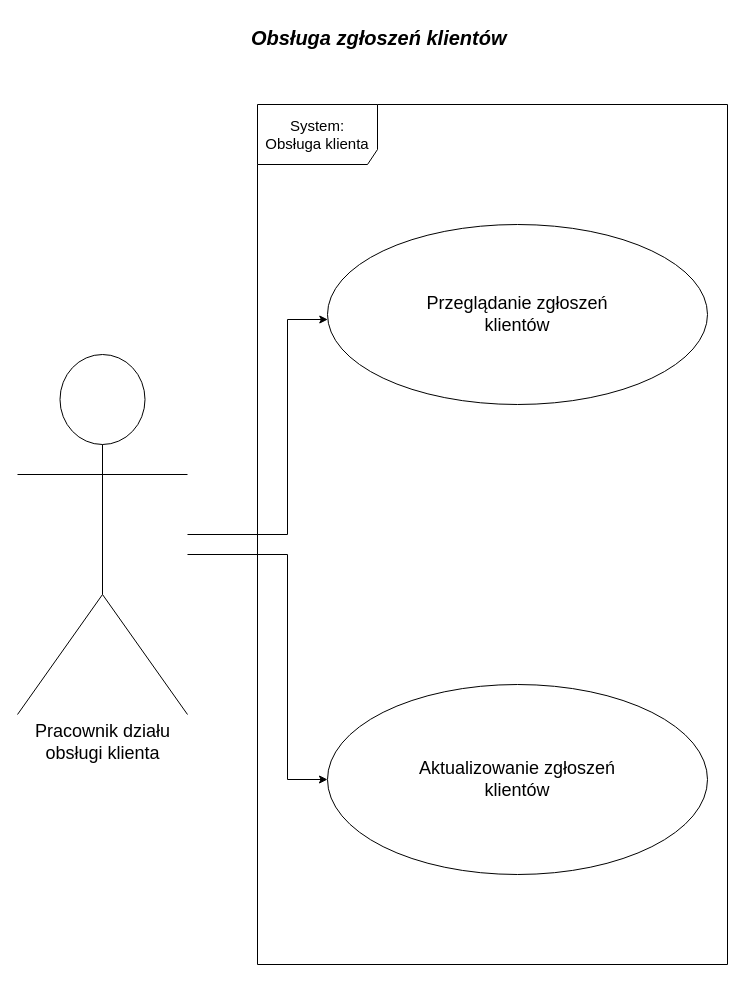
This is diagramy/PrzypadkiUzycia/Diagram2.drawio from kacperMa25/In-ynieriaOprogramowania, a draw.io file, before an edit. Source tidied: cells renumbered, new cells numbered last; positions are measured from the earlier drawing's top-left corner, leaving out a move shared by most shapes. Both pictures are drawn from the tidied source at 100%, with x=0, y=0 at pixel (17, 17).
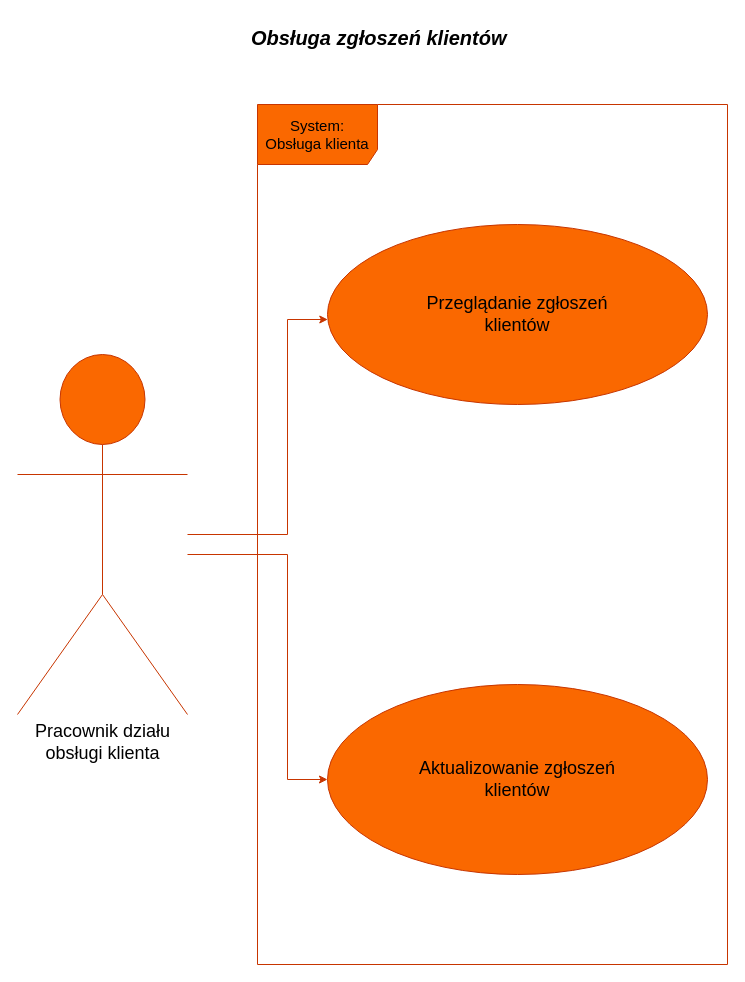
The same page after the edit.

What changed in the source:
```diff
@@
 <mxGraphModel>
   <root>
     <mxCell id="0" />
     <mxCell id="1" parent="0" />
-    <mxCell id="2" style="edgeStyle=orthogonalEdgeStyle;rounded=0;jettySize=auto;html=1;" parent="1" edge="1" source="4" target="6">
+    <mxCell id="2" style="edgeStyle=orthogonalEdgeStyle;rounded=0;jettySize=auto;html=1;fillColor=#fa6800;strokeColor=#C73500;" parent="1" edge="1" source="4" target="6">
       <mxGeometry relative="1" as="geometry">
         <Array as="points">
           <mxPoint x="270" y="517" />
           <mxPoint x="270" y="302" />
         </Array>
       </mxGeometry>
     </mxCell>
-    <mxCell id="3" style="edgeStyle=orthogonalEdgeStyle;rounded=0;jettySize=auto;html=1;entryX=0;entryY=0.5;entryDx=0;entryDy=0;" parent="1" edge="1" source="4" target="7">
+    <mxCell id="3" style="edgeStyle=orthogonalEdgeStyle;rounded=0;jettySize=auto;html=1;entryX=0;entryY=0.5;entryDx=0;entryDy=0;fillColor=#fa6800;strokeColor=#C73500;" parent="1" edge="1" source="4" target="7">
       <mxGeometry relative="1" as="geometry">
         <Array as="points">
           <mxPoint x="270" y="537" />
           <mxPoint x="270" y="762" />
         </Array>
       </mxGeometry>
     </mxCell>
-    <mxCell id="4" value="&lt;font style=&quot;font-size: 18px;&quot;&gt;Pracownik działu&lt;/font&gt;&lt;div&gt;&lt;font style=&quot;font-size: 18px;&quot;&gt;obsługi klienta&lt;/font&gt;&lt;/div&gt;" style="shape=umlActor;verticalLabelPosition=bottom;verticalAlign=top;html=1;" parent="1" vertex="1">
+    <mxCell id="4" value="&lt;font style=&quot;font-size: 18px;&quot;&gt;Pracownik działu&lt;/font&gt;&lt;div&gt;&lt;font style=&quot;font-size: 18px;&quot;&gt;obsługi klienta&lt;/font&gt;&lt;/div&gt;" style="shape=umlActor;verticalLabelPosition=bottom;verticalAlign=top;html=1;fillColor=#fa6800;fontColor=#000000;strokeColor=#C73500;" parent="1" vertex="1">
       <mxGeometry y="337" width="170" height="360" as="geometry" />
     </mxCell>
-    <mxCell id="5" value="&lt;font style=&quot;font-size: 15px;&quot;&gt;System:&lt;/font&gt;&lt;div&gt;&lt;font style=&quot;font-size: 15px;&quot;&gt;Obsługa klienta&lt;/font&gt;&lt;/div&gt;" style="shape=umlFrame;whiteSpace=wrap;html=1;width=120;height=60;" parent="1" vertex="1">
+    <mxCell id="5" value="&lt;font style=&quot;font-size: 15px;&quot;&gt;System:&lt;/font&gt;&lt;div&gt;&lt;font style=&quot;font-size: 15px;&quot;&gt;Obsługa klienta&lt;/font&gt;&lt;/div&gt;" style="shape=umlFrame;whiteSpace=wrap;html=1;width=120;height=60;fillColor=#fa6800;fontColor=#000000;strokeColor=#C73500;" parent="1" vertex="1">
       <mxGeometry x="240" y="87" width="470" height="860" as="geometry" />
     </mxCell>
-    <mxCell id="6" value="&lt;font style=&quot;font-size: 18px;&quot;&gt;Przeglądanie zgłoszeń&lt;/font&gt;&lt;div&gt;&lt;font style=&quot;font-size: 18px;&quot;&gt;klientów&lt;/font&gt;&lt;/div&gt;" style="ellipse;whiteSpace=wrap;html=1;" parent="1" vertex="1">
+    <mxCell id="6" value="&lt;font style=&quot;font-size: 18px;&quot;&gt;Przeglądanie zgłoszeń&lt;/font&gt;&lt;div&gt;&lt;font style=&quot;font-size: 18px;&quot;&gt;klientów&lt;/font&gt;&lt;/div&gt;" style="ellipse;whiteSpace=wrap;html=1;fillColor=#fa6800;fontColor=#000000;strokeColor=#C73500;" parent="1" vertex="1">
       <mxGeometry x="310" y="207" width="380" height="180" as="geometry" />
     </mxCell>
-    <mxCell id="7" value="&lt;font style=&quot;font-size: 18px;&quot;&gt;Aktualizowanie zgłoszeń&lt;/font&gt;&lt;div&gt;&lt;font style=&quot;font-size: 18px;&quot;&gt;klientów&lt;/font&gt;&lt;/div&gt;" style="ellipse;whiteSpace=wrap;html=1;" parent="1" vertex="1">
+    <mxCell id="7" value="&lt;font style=&quot;font-size: 18px;&quot;&gt;Aktualizowanie zgłoszeń&lt;/font&gt;&lt;div&gt;&lt;font style=&quot;font-size: 18px;&quot;&gt;klientów&lt;/font&gt;&lt;/div&gt;" style="ellipse;whiteSpace=wrap;html=1;fillColor=#fa6800;fontColor=#000000;strokeColor=#C73500;" parent="1" vertex="1">
       <mxGeometry x="310" y="667" width="380" height="190" as="geometry" />
     </mxCell>
     <mxCell id="8" value="&lt;b&gt;&lt;i&gt;&lt;font style=&quot;font-size: 20px;&quot;&gt;Obsługa zgłoszeń klientów&amp;nbsp;&lt;/font&gt;&lt;/i&gt;&lt;/b&gt;" style="text;html=1;align=center;verticalAlign=middle;strokeColor=none;fillColor=none;" parent="1" vertex="1">
       <mxGeometry x="224" width="280" height="40" as="geometry" />
     </mxCell>
   </root>
 </mxGraphModel>
```
